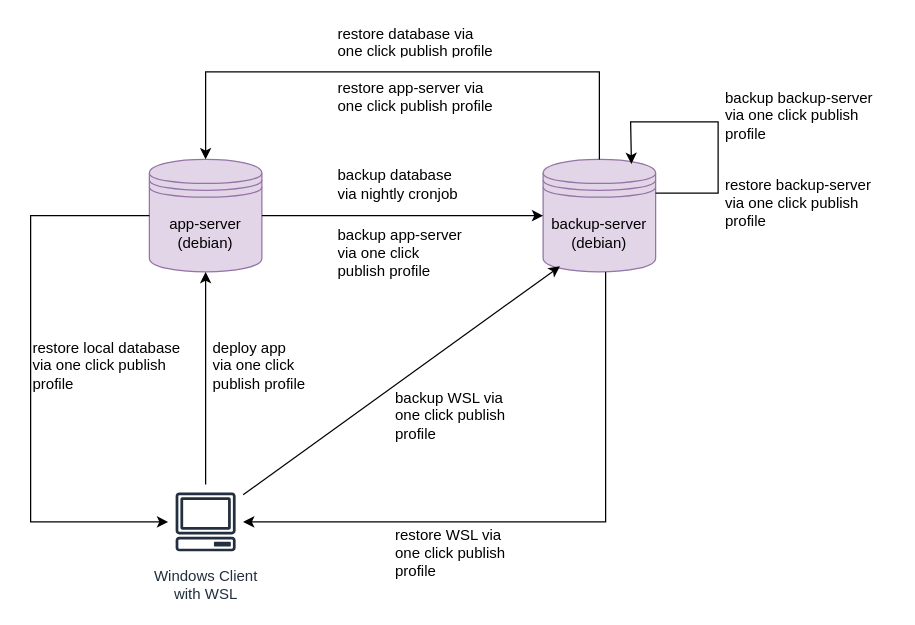
Earlier version of the draw.io diagram page "server-setup" (5 of 5) of _images/architecture.drawio (gartenkralle/geolocation-services-doc). Source tidied: cells renumbered, new cells numbered last; positions are measured from the earlier drawing's top-left corner, leaving out a move shared by most shapes. Both pictures are drawn from the tidied source at 125%, with x=0, y=0 at pixel (30, 21).
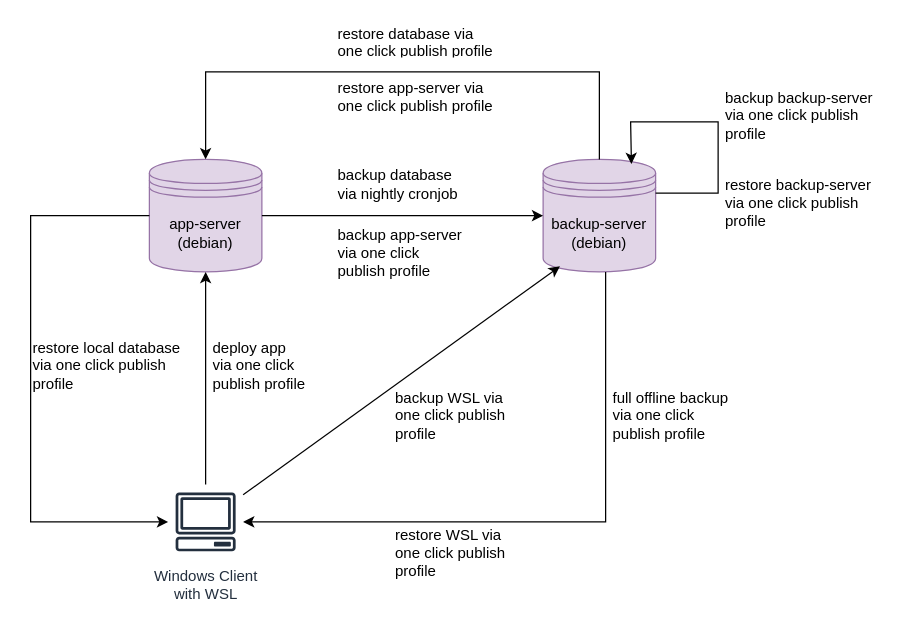
The same page after the edit.

The edit, as a diff of the source:
```diff
@@
+    <mxCell id="22" value="full offline backup via one click publish profile" style="text;strokeColor=none;fillColor=none;align=left;verticalAlign=middle;spacingLeft=4;spacingRight=4;overflow=hidden;whiteSpace=wrap;html=1;" parent="1" vertex="1">
+      <mxGeometry x="460" y="285" width="110" height="60" as="geometry" />
+    </mxCell>
```
